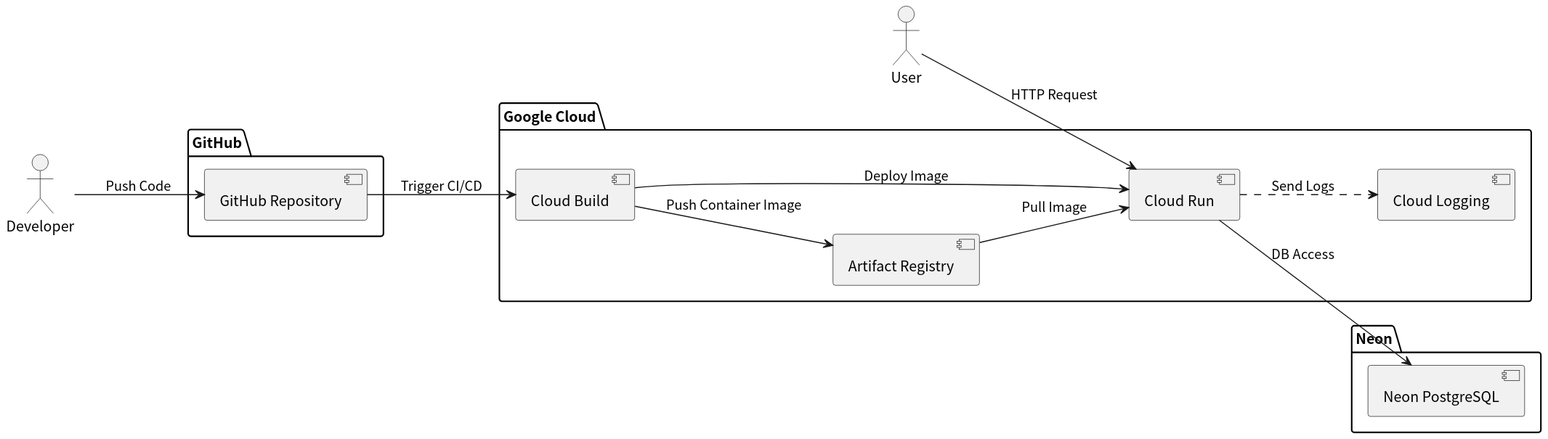
The PlantUML diagram docs/system_architecture/system_architecture/system_architecture.svg in tomoki-shiozaki/distributed-library, before a commit.
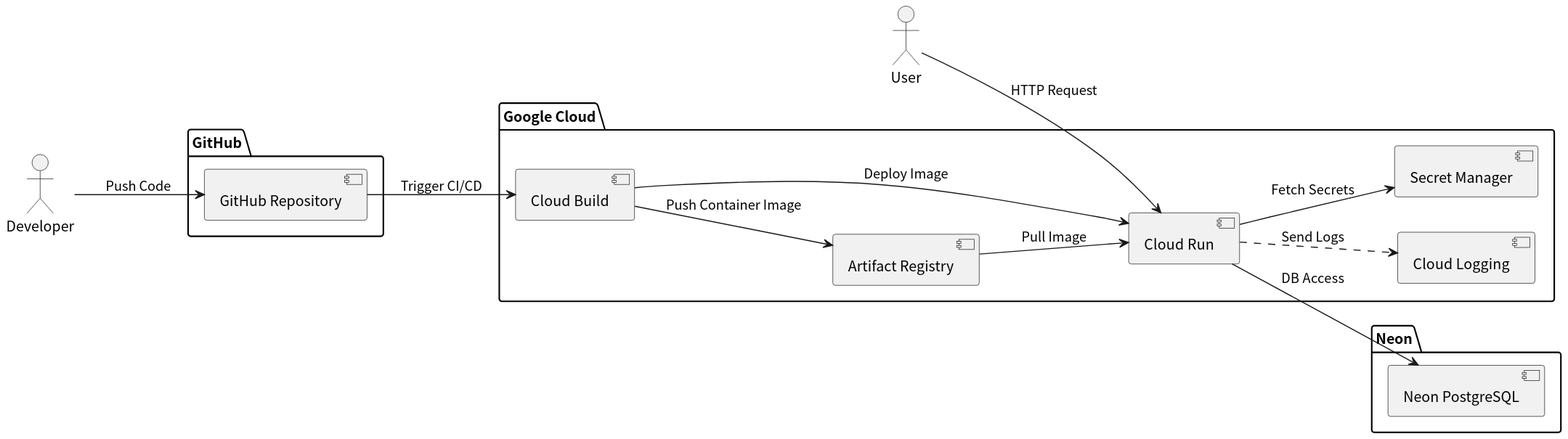
Above is the later version.

Commit message:
docs(system architecture): add Secret Manager to diagram

Change to the diagram source:
```diff
@@ -15,6 +15,7 @@
   component "Artifact Registry" as ArtifactRegistry
   component "Cloud Run" as CloudRun
   component "Cloud Logging" as Logging
+  component "Secret Manager" as SecretManager
 }
 
 package "Neon" {
@@ -27,6 +28,9 @@
 CloudBuild --> CloudRun : Deploy Image
 ArtifactRegistry --> CloudRun : Pull Image
 
+CloudRun --> SecretManager : Fetch Secrets
+
+
 User --> CloudRun : HTTP Request
 CloudRun --> NeonPostgreSQL : DB Access
 CloudRun ..> Logging : Send Logs
```
